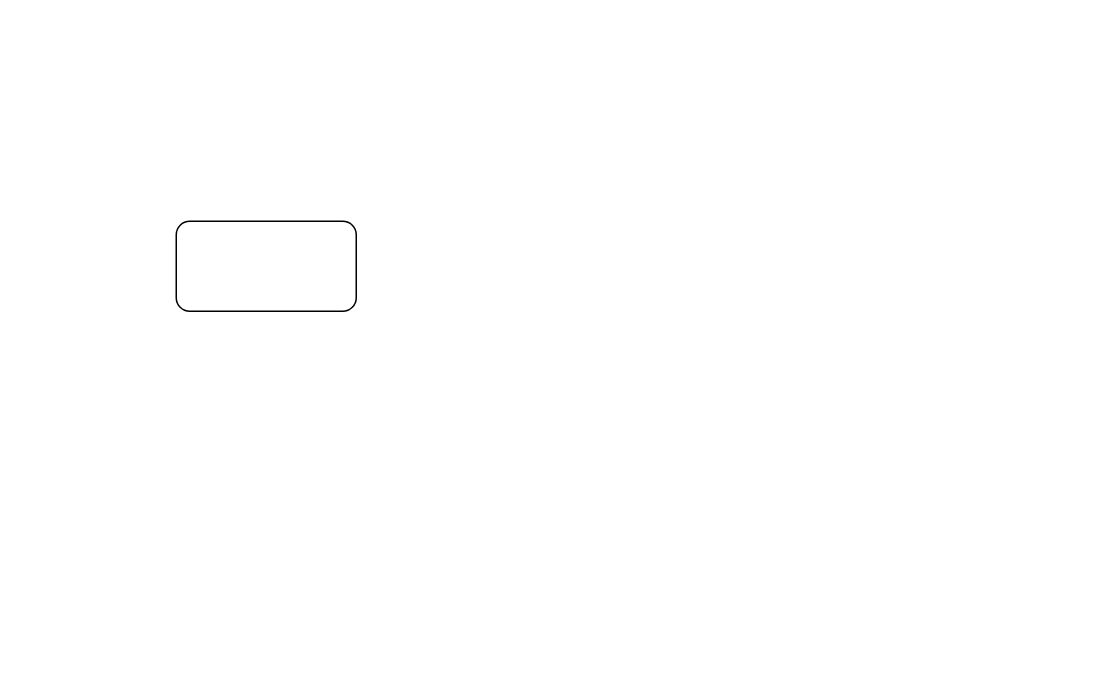
codeyunze/drawio keeps this draw.io diagram as 模块设计图.drawio. Above is the earlier version. Source tidied: cells renumbered, new cells numbered last; positions are measured from the earlier drawing's top-left corner, leaving out a move shared by most shapes. Both pictures are drawn from the tidied source at 150%, with x=0, y=0 at pixel (176, 220).
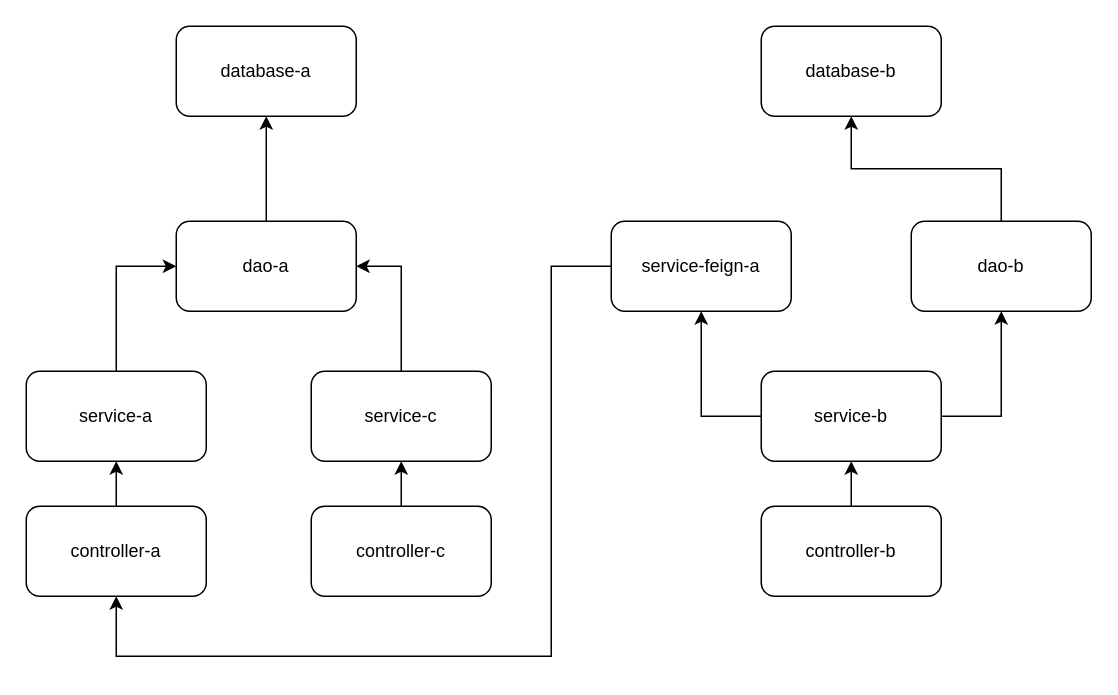
Above is the later version.

Commit message (it also covers changes not shown here):
更新模块设计图.drawio

Change to the diagram source:
```diff
@@
+    <mxCell id="3" style="edgeStyle=orthogonalEdgeStyle;rounded=0;jettySize=auto;html=1;exitX=0.5;exitY=0;exitDx=0;exitDy=0;entryX=0.5;entryY=1;entryDx=0;entryDy=0;" parent="1" edge="1" source="2" target="12">
+      <mxGeometry relative="1" as="geometry" />
+    </mxCell>
-    <mxCell id="2" style="rounded=1;whiteSpace=wrap;html=1;" parent="1" vertex="1">
+    <mxCell id="2" value="dao-a" style="rounded=1;whiteSpace=wrap;html=1;" parent="1" vertex="1">
       <mxGeometry width="120" height="60" as="geometry" />
     </mxCell>
+    <mxCell id="4" style="edgeStyle=orthogonalEdgeStyle;rounded=0;jettySize=auto;html=1;exitX=0.5;exitY=0;exitDx=0;exitDy=0;entryX=0;entryY=0.5;entryDx=0;entryDy=0;" parent="1" edge="1" source="5" target="2">
+      <mxGeometry relative="1" as="geometry" />
+    </mxCell>
+    <mxCell id="5" value="service-a" style="rounded=1;whiteSpace=wrap;html=1;" parent="1" vertex="1">
+      <mxGeometry x="-100" y="100" width="120" height="60" as="geometry" />
+    </mxCell>
+    <mxCell id="6" style="edgeStyle=orthogonalEdgeStyle;rounded=0;jettySize=auto;html=1;exitX=0.5;exitY=0;exitDx=0;exitDy=0;entryX=0.5;entryY=1;entryDx=0;entryDy=0;" parent="1" edge="1" source="7" target="5">
+      <mxGeometry relative="1" as="geometry" />
+    </mxCell>
+    <mxCell id="7" value="controller-a" style="rounded=1;whiteSpace=wrap;html=1;" parent="1" vertex="1">
+      <mxGeometry x="-100" y="190" width="120" height="60" as="geometry" />
+    </mxCell>
+    <mxCell id="8" style="edgeStyle=orthogonalEdgeStyle;rounded=0;jettySize=auto;html=1;exitX=0.5;exitY=0;exitDx=0;exitDy=0;entryX=1;entryY=0.5;entryDx=0;entryDy=0;" parent="1" edge="1" source="9" target="2">
+      <mxGeometry relative="1" as="geometry" />
+    </mxCell>
+    <mxCell id="9" value="&lt;span style=&quot;background-color: transparent; color: light-dark(rgb(0, 0, 0), rgb(255, 255, 255));&quot;&gt;service-c&lt;/span&gt;" style="rounded=1;whiteSpace=wrap;html=1;" parent="1" vertex="1">
+      <mxGeometry x="90" y="100" width="120" height="60" as="geometry" />
+    </mxCell>
+    <mxCell id="10" style="edgeStyle=orthogonalEdgeStyle;rounded=0;jettySize=auto;html=1;exitX=0.5;exitY=0;exitDx=0;exitDy=0;entryX=0.5;entryY=1;entryDx=0;entryDy=0;" parent="1" edge="1" source="11" target="9">
+      <mxGeometry relative="1" as="geometry" />
+    </mxCell>
+    <mxCell id="11" value="&lt;span style=&quot;background-color: transparent; color: light-dark(rgb(0, 0, 0), rgb(255, 255, 255));&quot;&gt;controller-c&lt;/span&gt;" style="rounded=1;whiteSpace=wrap;html=1;" parent="1" vertex="1">
+      <mxGeometry x="90" y="190" width="120" height="60" as="geometry" />
+    </mxCell>
+    <mxCell id="12" value="database-a" style="rounded=1;whiteSpace=wrap;html=1;" parent="1" vertex="1">
+      <mxGeometry y="-130" width="120" height="60" as="geometry" />
+    </mxCell>
+    <mxCell id="13" value="database-b" style="rounded=1;whiteSpace=wrap;html=1;" parent="1" vertex="1">
+      <mxGeometry x="390" y="-130" width="120" height="60" as="geometry" />
+    </mxCell>
+    <mxCell id="14" style="edgeStyle=orthogonalEdgeStyle;rounded=0;jettySize=auto;html=1;exitX=1;exitY=0.5;exitDx=0;exitDy=0;entryX=0.5;entryY=1;entryDx=0;entryDy=0;" parent="1" edge="1" source="16" target="20">
+      <mxGeometry relative="1" as="geometry" />
+    </mxCell>
+    <mxCell id="15" style="edgeStyle=orthogonalEdgeStyle;rounded=0;jettySize=auto;html=1;exitX=0;exitY=0.5;exitDx=0;exitDy=0;entryX=0.5;entryY=1;entryDx=0;entryDy=0;" parent="1" edge="1" source="16" target="22">
+      <mxGeometry relative="1" as="geometry" />
+    </mxCell>
+    <mxCell id="16" value="&lt;span style=&quot;background-color: transparent; color: light-dark(rgb(0, 0, 0), rgb(255, 255, 255));&quot;&gt;service-b&lt;/span&gt;" style="rounded=1;whiteSpace=wrap;html=1;" parent="1" vertex="1">
+      <mxGeometry x="390" y="100" width="120" height="60" as="geometry" />
+    </mxCell>
+    <mxCell id="17" style="edgeStyle=orthogonalEdgeStyle;rounded=0;jettySize=auto;html=1;entryX=0.5;entryY=1;entryDx=0;entryDy=0;" parent="1" edge="1" source="18" target="16">
+      <mxGeometry relative="1" as="geometry" />
+    </mxCell>
+    <mxCell id="18" value="&lt;span style=&quot;background-color: transparent; color: light-dark(rgb(0, 0, 0), rgb(255, 255, 255));&quot;&gt;controller-b&lt;/span&gt;" style="rounded=1;whiteSpace=wrap;html=1;" parent="1" vertex="1">
+      <mxGeometry x="390" y="190" width="120" height="60" as="geometry" />
+    </mxCell>
+    <mxCell id="19" style="edgeStyle=orthogonalEdgeStyle;rounded=0;jettySize=auto;html=1;exitX=0.5;exitY=0;exitDx=0;exitDy=0;entryX=0.5;entryY=1;entryDx=0;entryDy=0;" parent="1" edge="1" source="20" target="13">
+      <mxGeometry relative="1" as="geometry" />
+    </mxCell>
+    <mxCell id="20" value="dao-b" style="rounded=1;whiteSpace=wrap;html=1;" parent="1" vertex="1">
+      <mxGeometry x="490" width="120" height="60" as="geometry" />
+    </mxCell>
+    <mxCell id="21" style="edgeStyle=orthogonalEdgeStyle;rounded=0;jettySize=auto;html=1;exitX=0;exitY=0.5;exitDx=0;exitDy=0;entryX=0.5;entryY=1;entryDx=0;entryDy=0;" parent="1" edge="1" source="22" target="7">
+      <mxGeometry relative="1" as="geometry">
+        <Array as="points">
+          <mxPoint x="250" y="30" />
+          <mxPoint x="250" y="290" />
+          <mxPoint x="-40" y="290" />
+        </Array>
+      </mxGeometry>
+    </mxCell>
+    <mxCell id="22" value="&lt;span style=&quot;background-color: transparent; color: light-dark(rgb(0, 0, 0), rgb(255, 255, 255));&quot;&gt;service-feign-a&lt;/span&gt;" style="rounded=1;whiteSpace=wrap;html=1;" parent="1" vertex="1">
+      <mxGeometry x="290" width="120" height="60" as="geometry" />
+    </mxCell>
```
